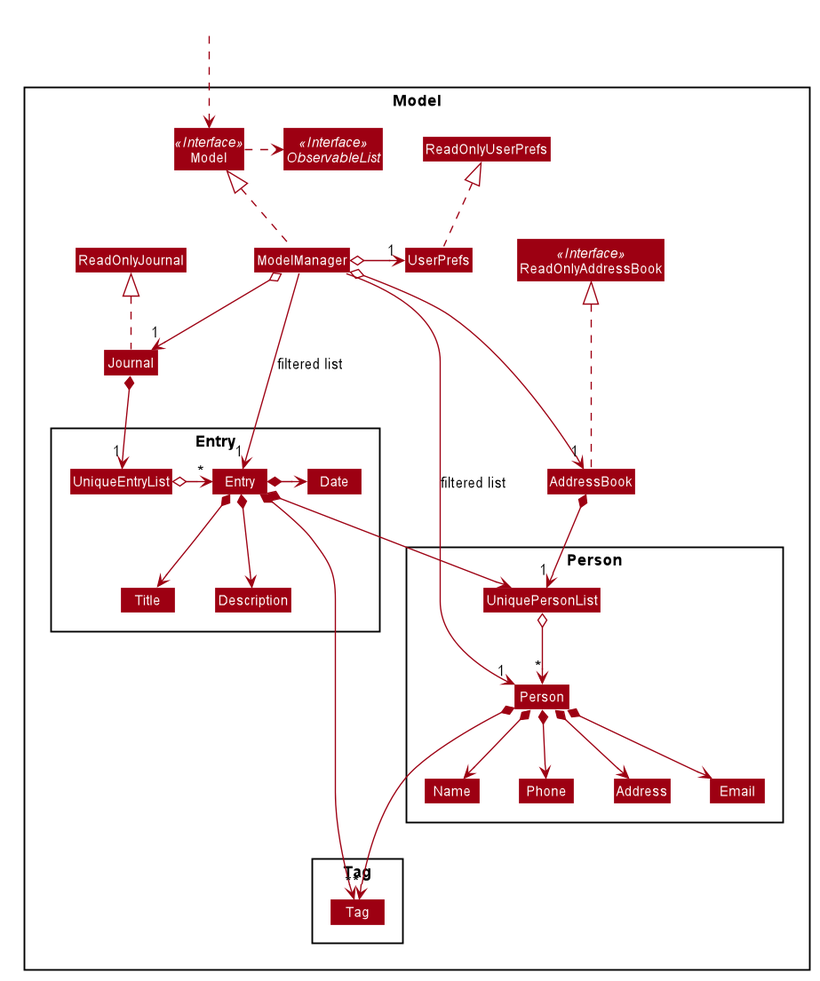
Above: docs/images/ModelClassDiagram.png in zhXchD/tp (PlantUML), before the change.
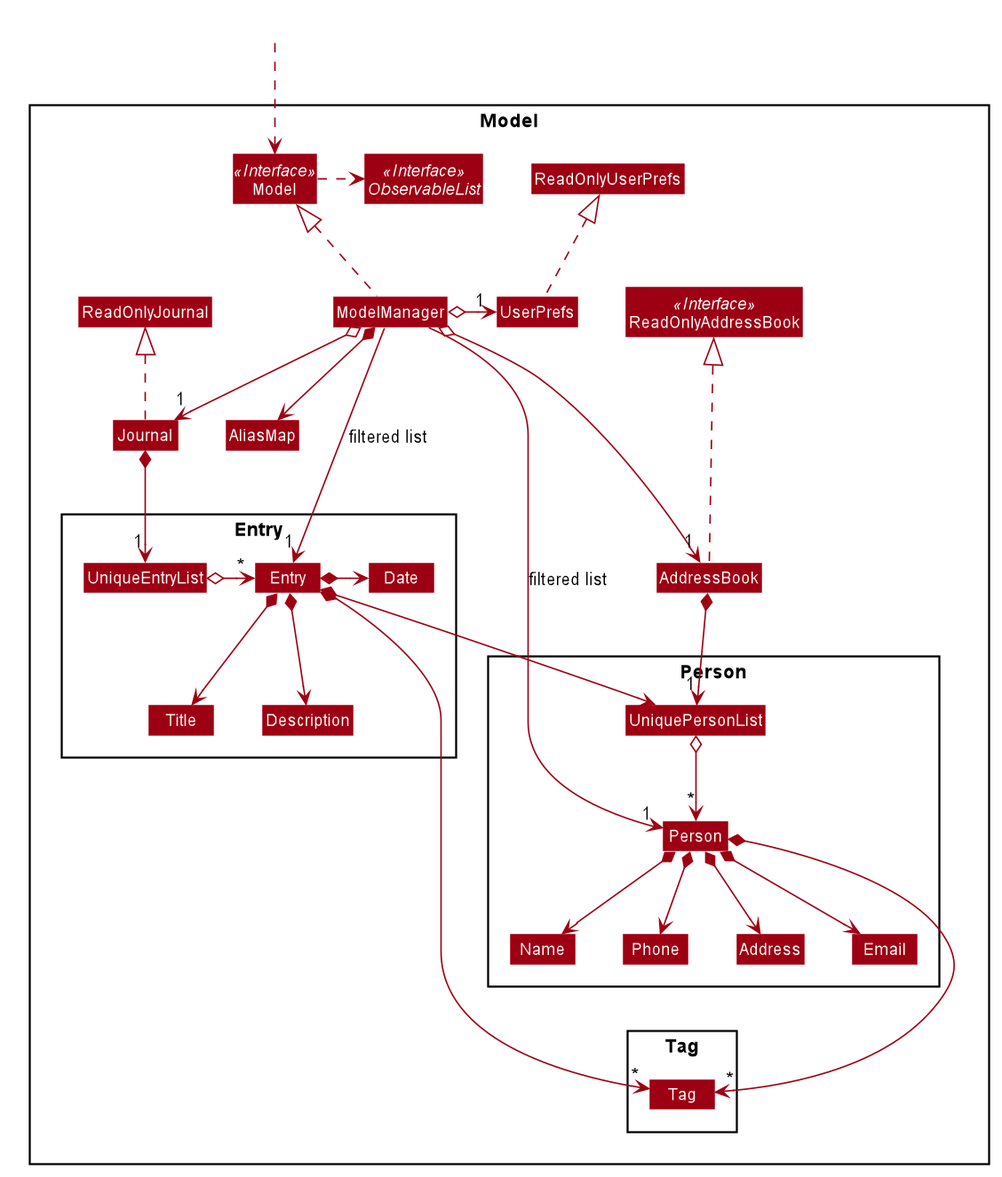
The same file after the commit.

Commit message:
Update diagram for model and storage

The edit, as a diff of the source:
```diff
@@ -63,6 +63,7 @@
 Class ModelManager
 Class UserPrefs
 Class ReadOnlyUserPrefs
+Class AliasMap
 
 Package Person {
 Class Person
@@ -99,6 +100,7 @@
 ModelManager o-left-> "1" UserPrefs
 ModelManager o--> "1" Journal
 UserPrefs .up.|> ReadOnlyUserPrefs
+ModelManager *--down> AliasMap
 
 AddressBook *--> "1" UniquePersonList
 UniquePersonList o--> "*" Person
```
